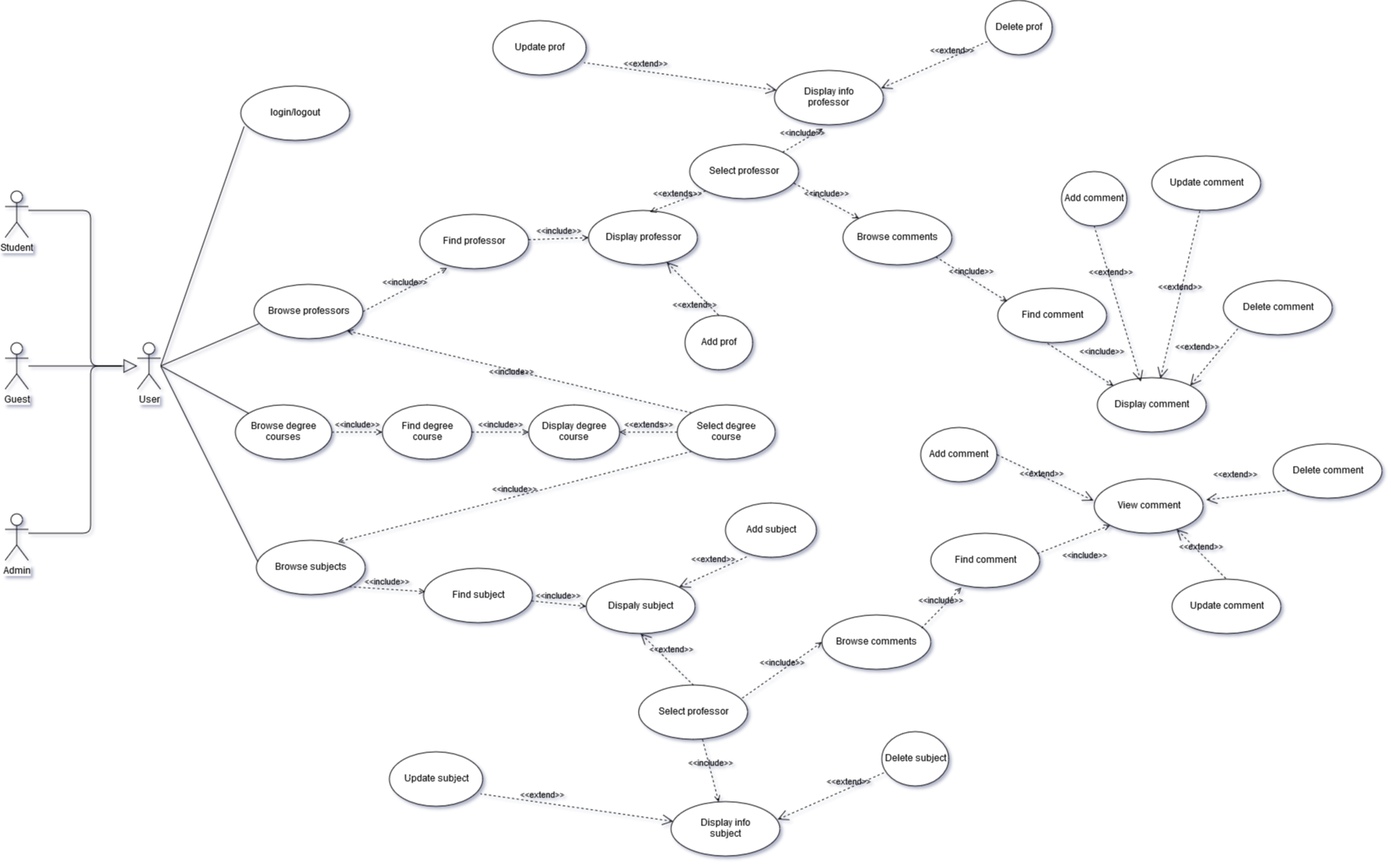
Geghi/LargeScaleTask1Project keeps this draw.io diagram as doc/images/diagrams/UseCases.png. Above is the earlier version. Source tidied: cells renumbered, new cells last; positions are measured from the earlier drawing's top-left corner, leaving out a move shared by most shapes.
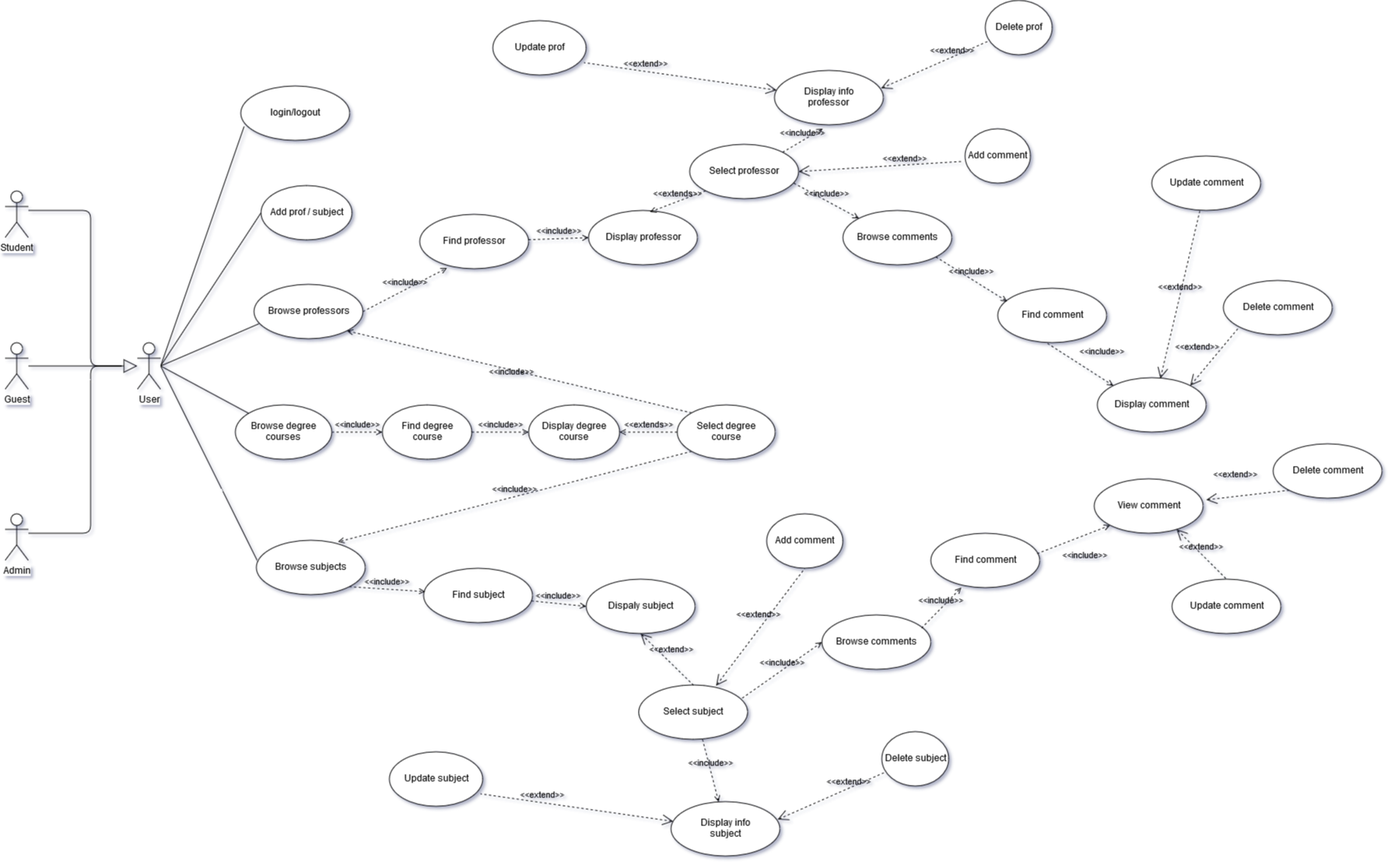
The same file after the commit.

Change to the diagram source:
```diff
@@ -134,23 +134,17 @@
       </mxGeometry>
     </mxCell>
     <mxCell id="38" value="Add comment" style="ellipse;whiteSpace=wrap;html=1;" parent="1" vertex="1">
-      <mxGeometry x="1358" y="220" width="84" height="70" as="geometry" />
+      <mxGeometry x="1234" y="165" width="84" height="70" as="geometry" />
     </mxCell>
-    <mxCell id="39" value="Add prof" style="ellipse;whiteSpace=wrap;html=1;" parent="1" vertex="1">
-      <mxGeometry x="874" y="405" width="87" height="70" as="geometry" />
-    </mxCell>
     <mxCell id="40" value="Update prof" style="ellipse;whiteSpace=wrap;html=1;" parent="1" vertex="1">
       <mxGeometry x="627" y="26" width="120" height="70" as="geometry" />
     </mxCell>
     <mxCell id="41" value="Delete prof" style="ellipse;whiteSpace=wrap;html=1;" parent="1" vertex="1">
       <mxGeometry x="1260" width="86" height="70" as="geometry" />
     </mxCell>
-    <mxCell id="42" value="&amp;lt;&amp;lt;extend&amp;gt;&amp;gt;" style="edgeStyle=none;html=1;startArrow=open;endArrow=none;startSize=12;verticalAlign=bottom;dashed=1;labelBackgroundColor=none;entryX=0.5;entryY=1;entryDx=0;entryDy=0;exitX=0.4;exitY=0.071;exitDx=0;exitDy=0;exitPerimeter=0;" parent="1" edge="1" source="20" target="38">
+    <mxCell id="42" value="&amp;lt;&amp;lt;extend&amp;gt;&amp;gt;" style="edgeStyle=none;html=1;startArrow=open;endArrow=none;startSize=12;verticalAlign=bottom;dashed=1;labelBackgroundColor=none;entryX=-0.048;entryY=0.6;entryDx=0;entryDy=0;exitX=1;exitY=0.5;exitDx=0;exitDy=0;entryPerimeter=0;" parent="1" edge="1" source="62" target="38">
       <mxGeometry x="0.31" y="-1" relative="1" as="geometry" />
     </mxCell>
-    <mxCell id="43" value="&amp;lt;&amp;lt;extend&amp;gt;&amp;gt;" style="edgeStyle=none;html=1;startArrow=open;endArrow=none;startSize=12;verticalAlign=bottom;dashed=1;labelBackgroundColor=none;entryX=0.5;entryY=0;entryDx=0;entryDy=0;" parent="1" edge="1" source="8" target="39">
-      <mxGeometry x="0.47" y="-19" relative="1" as="geometry" />
-    </mxCell>
     <mxCell id="44" value="&lt;div&gt;Browse degree &lt;br&gt;&lt;/div&gt;&lt;div&gt;courses&lt;/div&gt;" style="ellipse;whiteSpace=wrap;html=1;" parent="1" vertex="1">
       <mxGeometry x="296" y="520" width="124" height="70" as="geometry" />
     </mxCell>
@@ -171,12 +165,9 @@
     <mxCell id="49" value="&amp;lt;&amp;lt;include&amp;gt;&amp;gt;" style="edgeStyle=none;html=1;endArrow=open;verticalAlign=bottom;dashed=1;labelBackgroundColor=none;exitX=0;exitY=1;exitDx=0;exitDy=0;entryX=0.75;entryY=0.029;entryDx=0;entryDy=0;entryPerimeter=0;" parent="1" edge="1" source="56" target="5">
       <mxGeometry relative="1" as="geometry" />
     </mxCell>
-    <mxCell id="50" value="&amp;lt;&amp;lt;extend&amp;gt;&amp;gt;" style="edgeStyle=none;html=1;startArrow=open;endArrow=none;startSize=12;verticalAlign=bottom;dashed=1;labelBackgroundColor=none;entryX=1;entryY=0.5;entryDx=0;entryDy=0;exitX=-0.007;exitY=0.4;exitDx=0;exitDy=0;exitPerimeter=0;" parent="1" edge="1" source="64" target="61">
+    <mxCell id="50" value="&amp;lt;&amp;lt;extend&amp;gt;&amp;gt;" style="edgeStyle=none;html=1;startArrow=open;endArrow=none;startSize=12;verticalAlign=bottom;dashed=1;labelBackgroundColor=none;entryX=0.5;entryY=1;entryDx=0;entryDy=0;exitX=0.711;exitY=0.014;exitDx=0;exitDy=0;exitPerimeter=0;" parent="1" edge="1" source="67" target="61">
       <mxGeometry x="0.03" y="6" relative="1" as="geometry" />
     </mxCell>
-    <mxCell id="51" value="&amp;lt;&amp;lt;extend&amp;gt;&amp;gt;" style="edgeStyle=none;html=1;startArrow=open;endArrow=none;startSize=12;verticalAlign=bottom;dashed=1;labelBackgroundColor=none;exitX=1;exitY=0;exitDx=0;exitDy=0;entryX=0.259;entryY=0.971;entryDx=0;entryDy=0;entryPerimeter=0;" parent="1" edge="1" source="11" target="60">
-      <mxGeometry x="0.03" y="6" relative="1" as="geometry" />
-    </mxCell>
     <mxCell id="52" value="&amp;lt;&amp;lt;extend&amp;gt;&amp;gt;" style="edgeStyle=none;html=1;startArrow=open;endArrow=none;startSize=12;verticalAlign=bottom;dashed=1;labelBackgroundColor=none;entryX=0.975;entryY=0.771;entryDx=0;entryDy=0;entryPerimeter=0;" parent="1" edge="1" source="58" target="40">
       <mxGeometry x="0.36" relative="1" as="geometry" />
     </mxCell>
@@ -201,11 +192,8 @@
     <mxCell id="59" value="&amp;lt;&amp;lt;extends&amp;gt;&amp;gt;" style="edgeStyle=none;html=1;endArrow=open;verticalAlign=bottom;dashed=1;labelBackgroundColor=none;exitX=0;exitY=1;exitDx=0;exitDy=0;entryX=0.564;entryY=0.029;entryDx=0;entryDy=0;entryPerimeter=0;" parent="1" edge="1" source="62" target="8">
       <mxGeometry relative="1" as="geometry" />
     </mxCell>
-    <mxCell id="60" value="Add subject" style="ellipse;whiteSpace=wrap;html=1;" parent="1" vertex="1">
-      <mxGeometry x="926" y="646" width="117" height="70" as="geometry" />
-    </mxCell>
     <mxCell id="61" value="Add comment" style="ellipse;whiteSpace=wrap;html=1;" parent="1" vertex="1">
-      <mxGeometry x="1177" y="549" width="98" height="70" as="geometry" />
+      <mxGeometry x="979" y="660" width="98" height="70" as="geometry" />
     </mxCell>
     <mxCell id="62" value="Select professor" style="ellipse;whiteSpace=wrap;html=1;" parent="1" vertex="1">
       <mxGeometry x="880" y="185" width="140" height="70" as="geometry" />
@@ -222,7 +210,7 @@
     <mxCell id="66" value="&amp;lt;&amp;lt;extend&amp;gt;&amp;gt;" style="edgeStyle=none;html=1;startArrow=open;endArrow=none;startSize=12;verticalAlign=bottom;dashed=1;labelBackgroundColor=none;exitX=0.757;exitY=0.929;exitDx=0;exitDy=0;exitPerimeter=0;entryX=0.5;entryY=0;entryDx=0;entryDy=0;" parent="1" edge="1" source="64" target="65">
       <mxGeometry relative="1" as="geometry" />
     </mxCell>
-    <mxCell id="67" value="Select professor" style="ellipse;whiteSpace=wrap;html=1;" parent="1" vertex="1">
+    <mxCell id="67" value="Select subject" style="ellipse;whiteSpace=wrap;html=1;" parent="1" vertex="1">
       <mxGeometry x="814.5" y="880" width="140" height="70" as="geometry" />
     </mxCell>
     <mxCell id="68" value="&amp;lt;&amp;lt;extend&amp;gt;&amp;gt;" style="edgeStyle=none;html=1;startArrow=open;endArrow=none;startSize=12;verticalAlign=bottom;dashed=1;labelBackgroundColor=none;exitX=0.5;exitY=1;exitDx=0;exitDy=0;entryX=0.5;entryY=0;entryDx=0;entryDy=0;" parent="1" edge="1" source="11" target="67">
@@ -252,5 +240,13 @@
     <mxCell id="76" value="&amp;lt;&amp;lt;extend&amp;gt;&amp;gt;" style="edgeStyle=none;html=1;startArrow=open;endArrow=none;startSize=12;verticalAlign=bottom;dashed=1;labelBackgroundColor=none;entryX=0;entryY=1;entryDx=0;entryDy=0;exitX=1.029;exitY=0.386;exitDx=0;exitDy=0;exitPerimeter=0;" parent="1" edge="1" source="64" target="75">
       <mxGeometry x="-0.25" y="19" relative="1" as="geometry" />
     </mxCell>
+    <mxCell id="77" value="Add prof / subject" style="ellipse;whiteSpace=wrap;html=1;" parent="1" vertex="1">
+      <mxGeometry x="329" y="238" width="117" height="70" as="geometry" />
+    </mxCell>
+    <mxCell id="78" style="endArrow=none;html=1;entryX=0;entryY=0.5;entryDx=0;entryDy=0;" parent="1" edge="1" target="77">
+      <mxGeometry relative="1" as="geometry">
+        <mxPoint x="200" y="470" as="sourcePoint" />
+      </mxGeometry>
+    </mxCell>
   </root>
 </mxGraphModel>
```
